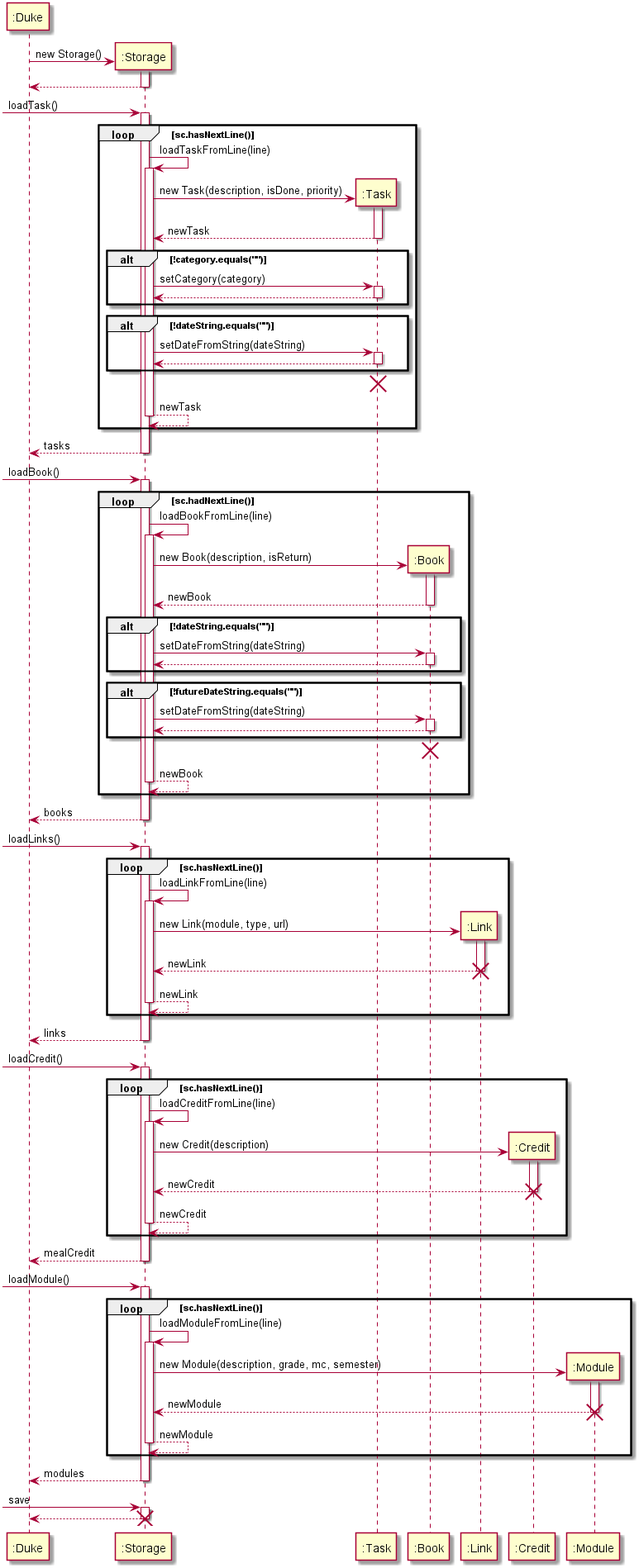
The PlantUML diagram docs/images/StorageSequenceDiagram.png in yh-ng/tp, before a commit.
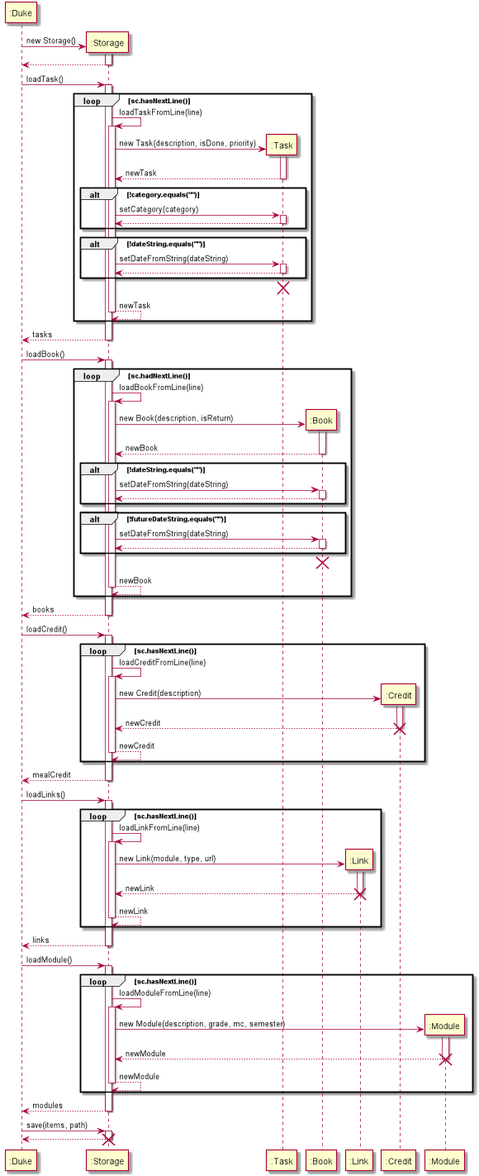
Later version of the same file.

Commit message:
Update DG about Storage component

The edit, as a diff of the source:
```diff
@@ -14,7 +14,7 @@
 Duke <-- Storage
 deactivate Storage
 
--> Storage : loadTask()
+Duke -> Storage : loadTask()
 activate Storage
 
 loop sc.hasNextLine()
@@ -59,7 +59,7 @@
 Duke <-- Storage : tasks
 deactivate Storage
 
--> Storage : loadBook()
+Duke -> Storage : loadBook()
 activate Storage
 
 loop sc.hadNextLine()
@@ -104,7 +104,32 @@
 Duke <-- Storage : books
 deactivate Storage
 
--> Storage : loadLinks()
+Duke -> Storage : loadCredit()
+activate Storage
+
+loop sc.hasNextLine()
+
+Storage -> Storage : loadCreditFromLine(line)
+activate Storage
+
+create Credit
+Storage -> Credit : new Credit(description)
+activate Credit
+
+Storage <-- Credit : newCredit
+deactivate Credit
+
+destroy Credit
+
+Storage <-- Storage : newCredit
+deactivate Storage
+
+end
+
+Duke <-- Storage : mealCredit
+deactivate Storage
+
+Duke -> Storage : loadLinks()
 activate Storage
 
 loop sc.hasNextLine()
@@ -129,32 +154,7 @@
 Duke <-- Storage : links
 deactivate Storage
 
--> Storage : loadCredit()
-activate Storage
-
-loop sc.hasNextLine()
-
-Storage -> Storage : loadCreditFromLine(line)
-activate Storage
-
-create Credit
-Storage -> Credit : new Credit(description)
-activate Credit
-
-Storage <-- Credit : newCredit
-deactivate Credit
-
-destroy Credit
-
-Storage <-- Storage : newCredit
-deactivate Storage
-
-end
-
-Duke <-- Storage : mealCredit
-deactivate Storage
-
--> Storage : loadModule()
+Duke -> Storage : loadModule()
 activate Storage
 
 loop sc.hasNextLine()
@@ -179,7 +179,7 @@
 Duke <-- Storage : modules
 deactivate Storage
 
--> Storage : save
+Duke -> Storage : save(items, path)
 activate Storage
 
 Duke <-- Storage
```
